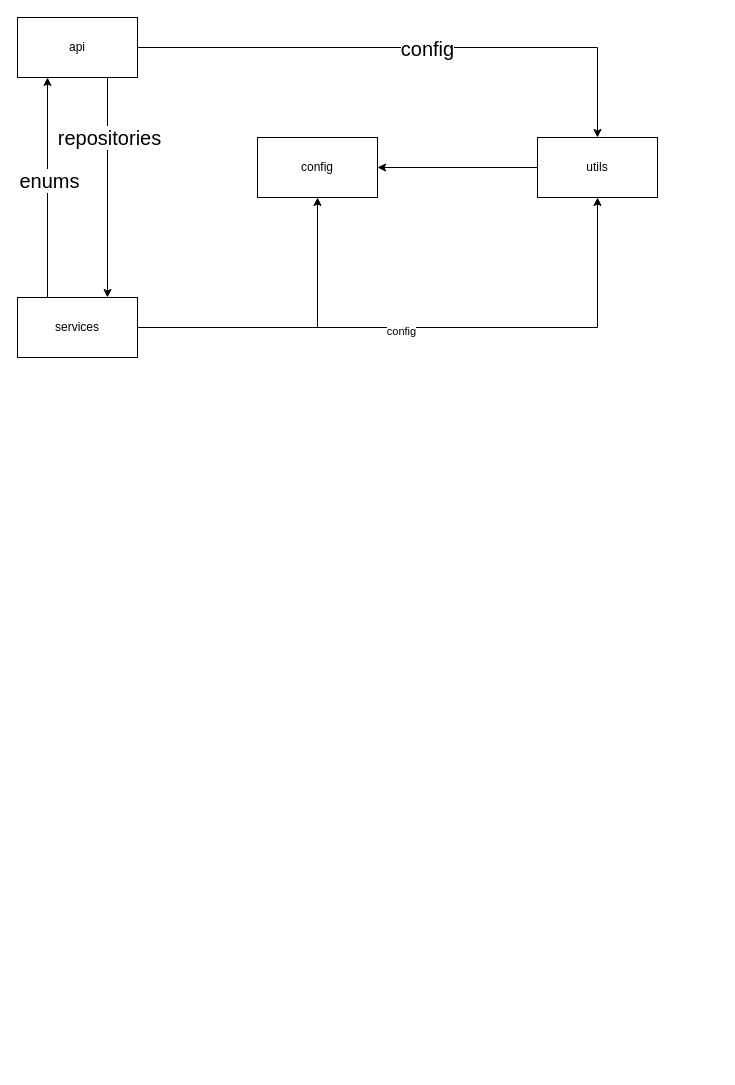
The draw.io diagram page "Страница 2" (2 of 2) of Диаграмма без названия.drawio in KmvRoman/Diagrams, before the edit. Source tidied: cells renumbered, new cells numbered last; positions are measured from the earlier drawing's top-left corner, leaving out a move shared by most shapes. Both pictures are drawn from the tidied source at 100%, with x=0, y=0 at pixel (17, 17).
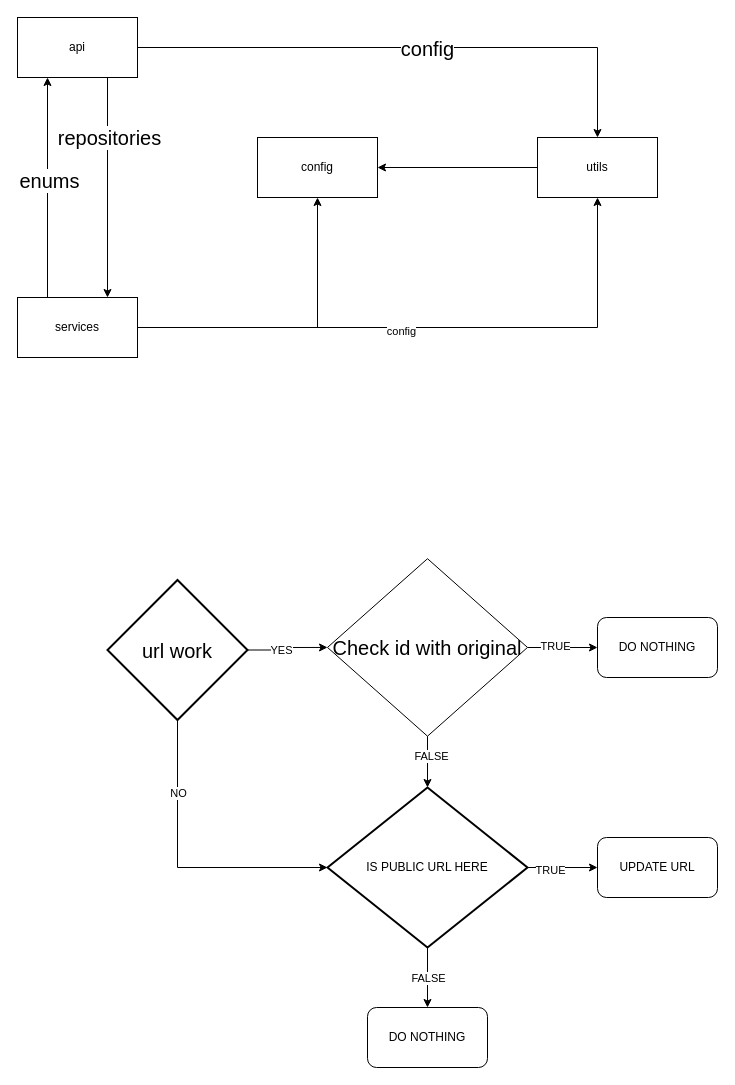
The same diagram, later.

Change to the diagram source:
```diff
@@
+    <mxCell id="16" style="edgeStyle=orthogonalEdgeStyle;rounded=0;jettySize=auto;html=1;entryX=0;entryY=0.5;entryDx=0;entryDy=0;" parent="1" edge="1" source="20" target="25">
+      <mxGeometry relative="1" as="geometry" />
+    </mxCell>
+    <mxCell id="17" value="YES" style="edgeLabel;html=1;align=center;verticalAlign=middle;" parent="16" vertex="1">
+      <mxGeometry x="-0.2" relative="1" as="geometry" />
+    </mxCell>
+    <mxCell id="18" style="edgeStyle=orthogonalEdgeStyle;rounded=0;jettySize=auto;html=1;entryX=0;entryY=0.5;entryDx=0;entryDy=0;entryPerimeter=0;exitX=0.5;exitY=1;exitDx=0;exitDy=0;exitPerimeter=0;" parent="1" edge="1" source="20" target="30">
+      <mxGeometry relative="1" as="geometry">
+        <Array as="points">
+          <mxPoint x="160" y="850" />
+        </Array>
+      </mxGeometry>
+    </mxCell>
+    <mxCell id="19" value="NO" style="edgeLabel;html=1;align=center;verticalAlign=middle;" parent="18" vertex="1">
+      <mxGeometry x="-0.51" relative="1" as="geometry" />
+    </mxCell>
+    <mxCell id="20" value="&lt;font style=&quot;font-size: 20px;&quot;&gt;url work&lt;/font&gt;" style="strokeWidth=2;html=1;shape=mxgraph.flowchart.decision;whiteSpace=wrap;" parent="1" vertex="1">
+      <mxGeometry x="90" y="562.5" width="140" height="140" as="geometry" />
+    </mxCell>
+    <mxCell id="21" style="edgeStyle=orthogonalEdgeStyle;rounded=0;jettySize=auto;html=1;entryX=0;entryY=0.5;entryDx=0;entryDy=0;" parent="1" edge="1" source="25" target="31">
+      <mxGeometry relative="1" as="geometry" />
+    </mxCell>
+    <mxCell id="22" value="TRUE" style="edgeLabel;html=1;align=center;verticalAlign=middle;" parent="21" vertex="1">
+      <mxGeometry x="-0.21" y="2" relative="1" as="geometry" />
+    </mxCell>
+    <mxCell id="23" style="edgeStyle=orthogonalEdgeStyle;rounded=0;jettySize=auto;html=1;entryX=0.5;entryY=0;entryDx=0;entryDy=0;entryPerimeter=0;" parent="1" edge="1" source="25" target="30">
+      <mxGeometry relative="1" as="geometry" />
+    </mxCell>
+    <mxCell id="24" value="FALSE" style="edgeLabel;html=1;align=center;verticalAlign=middle;" parent="23" vertex="1">
+      <mxGeometry x="-0.22" y="3" relative="1" as="geometry" />
+    </mxCell>
+    <mxCell id="25" value="&lt;font style=&quot;font-size: 20px;&quot;&gt;Check id with original&lt;/font&gt;" style="rhombus;whiteSpace=wrap;html=1;" parent="1" vertex="1">
+      <mxGeometry x="310" y="541.2" width="200" height="177.5" as="geometry" />
+    </mxCell>
+    <mxCell id="26" style="edgeStyle=orthogonalEdgeStyle;rounded=0;jettySize=auto;html=1;entryX=0;entryY=0.5;entryDx=0;entryDy=0;" parent="1" edge="1" source="30" target="32">
+      <mxGeometry relative="1" as="geometry" />
+    </mxCell>
+    <mxCell id="27" value="TRUE" style="edgeLabel;html=1;align=center;verticalAlign=middle;" parent="26" vertex="1">
+      <mxGeometry x="-0.37" y="-2" relative="1" as="geometry" />
+    </mxCell>
+    <mxCell id="28" style="edgeStyle=orthogonalEdgeStyle;rounded=0;jettySize=auto;html=1;entryX=0.5;entryY=0;entryDx=0;entryDy=0;" parent="1" edge="1" source="30" target="33">
+      <mxGeometry relative="1" as="geometry" />
+    </mxCell>
+    <mxCell id="29" value="FALSE" style="edgeLabel;html=1;align=center;verticalAlign=middle;" parent="28" vertex="1">
+      <mxGeometry x="0.33" y="1" relative="1" as="geometry">
+        <mxPoint x="-1" y="-10" as="offset" />
+      </mxGeometry>
+    </mxCell>
+    <mxCell id="30" value="IS PUBLIC URL HERE" style="strokeWidth=2;html=1;shape=mxgraph.flowchart.decision;whiteSpace=wrap;" parent="1" vertex="1">
+      <mxGeometry x="310" y="770" width="200" height="160" as="geometry" />
+    </mxCell>
+    <mxCell id="31" value="DO NOTHING" style="rounded=1;whiteSpace=wrap;html=1;" parent="1" vertex="1">
+      <mxGeometry x="580" y="600" width="120" height="60" as="geometry" />
+    </mxCell>
+    <mxCell id="32" value="UPDATE URL" style="rounded=1;whiteSpace=wrap;html=1;" parent="1" vertex="1">
+      <mxGeometry x="580" y="820" width="120" height="60" as="geometry" />
+    </mxCell>
+    <mxCell id="33" value="DO NOTHING" style="rounded=1;whiteSpace=wrap;html=1;" parent="1" vertex="1">
+      <mxGeometry x="350" y="990" width="120" height="60" as="geometry" />
+    </mxCell>
```
